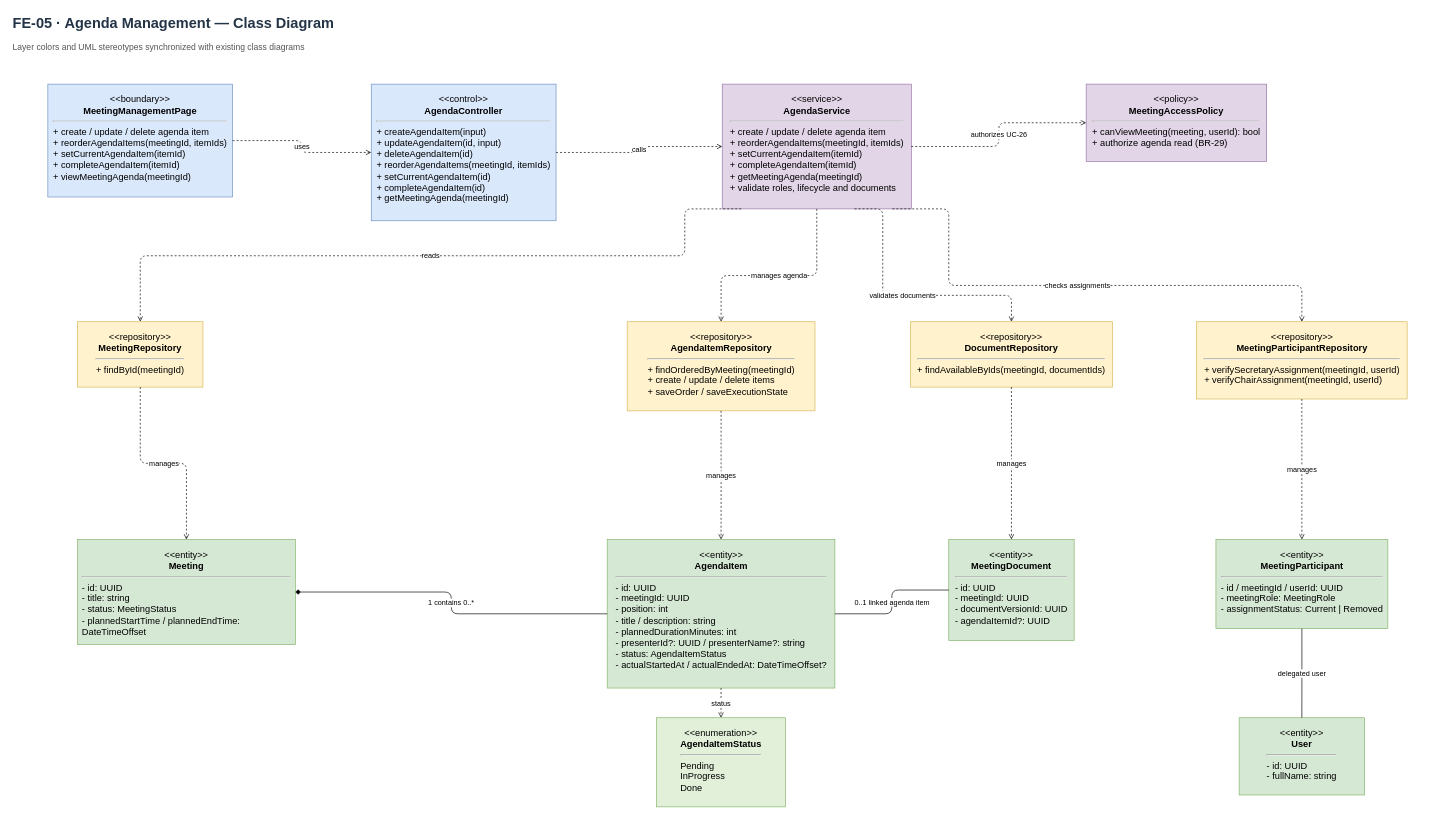
Before: docs/07-classdiagram/feature-05-agenda-management-class-diagram.drawio in callmehai/FU-FA26-G116, a draw.io diagram. Source tidied: cells renumbered, new cells numbered last; positions are measured from the earlier drawing's top-left corner, leaving out a move shared by most shapes. Both pictures are drawn from the tidied source at 66%, with x=0, y=0 at pixel (11, 11).
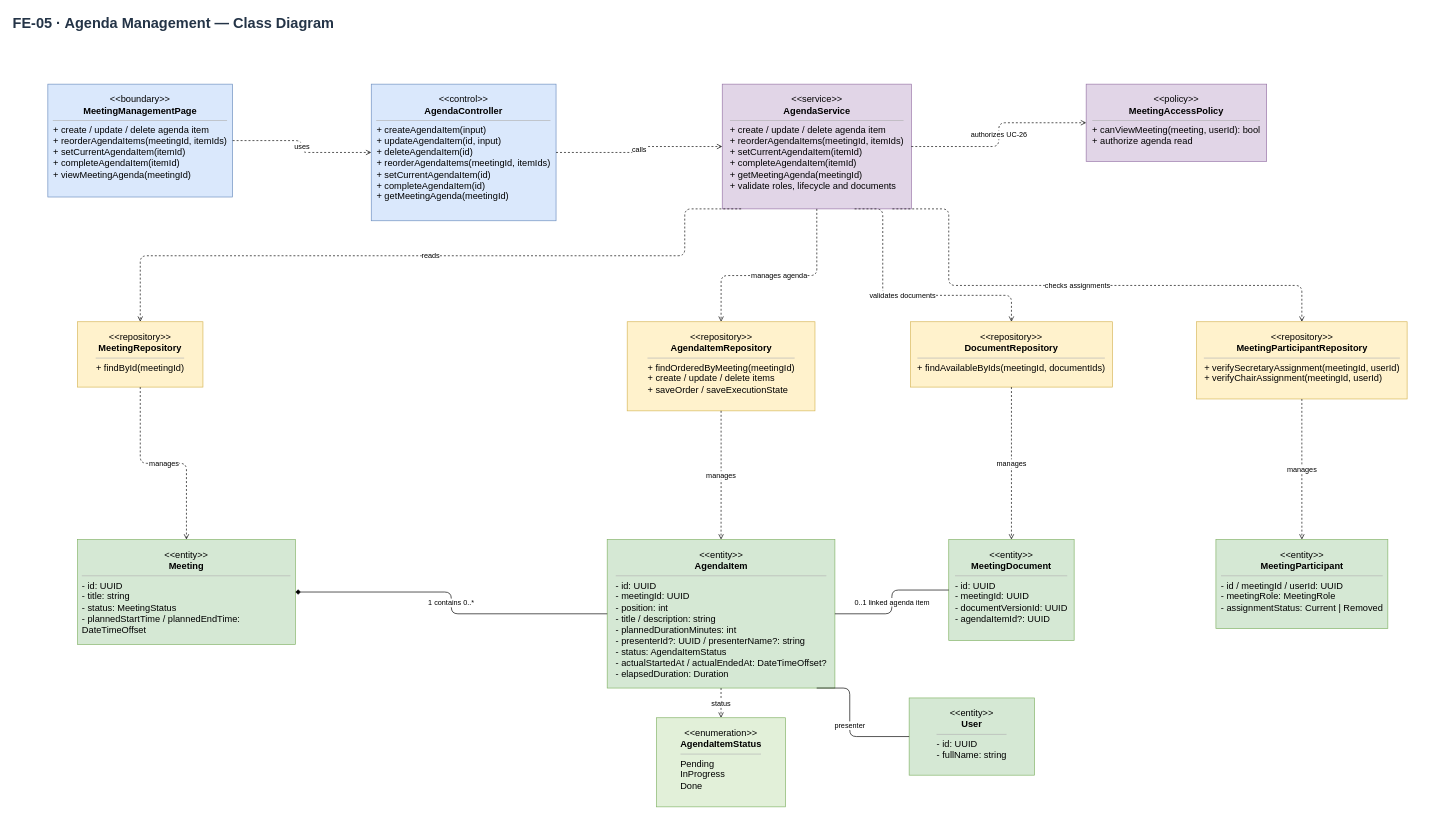
Above is the later version.

Commit message (it also covers changes not shown here):
[Doc]: Update class diagram for Feature 05-06

Change to the diagram source:
```diff
@@
-    <mxCell id="3" value="Layer colors and UML stereotypes synchronized with existing class diagrams" style="text;html=1;align=left;verticalAlign=middle;fontSize=13;fontColor=#555555;" parent="1" vertex="1">
-      <mxGeometry y="40" width="2150" height="28" as="geometry" />
-    </mxCell>
-    <mxCell id="4" value="&lt;div style=&quot;text-align:center&quot;&gt;&amp;lt;&amp;lt;boundary&amp;gt;&amp;gt;&lt;br&gt;&lt;b&gt;MeetingManagementPage&lt;/b&gt;&lt;/div&gt;&lt;hr&gt;&lt;div style=&quot;text-align:left&quot;&gt;+ create / update / delete agenda item&lt;br&gt;+ reorderAgendaItems(meetingId, itemIds)&lt;br&gt;+ setCurrentAgendaItem(itemId)&lt;br&gt;+ completeAgendaItem(itemId)&lt;br&gt;+ viewMeetingAgenda(meetingId)&lt;/div&gt;" style="rounded=0;whiteSpace=wrap;html=1;fillColor=#dae8fc;strokeColor=#6c8ebf;align=center;verticalAlign=top;spacingTop=8;spacingLeft=6;spacingRight=6;fontSize=14;" parent="1" vertex="1">
+    <mxCell id="4" value="&lt;div style=&quot;text-align:center&quot;&gt;&amp;lt;&amp;lt;boundary&amp;gt;&amp;gt;&lt;br&gt;&lt;b&gt;MeetingManagementPage&lt;/b&gt;&lt;/div&gt;&lt;hr style=&quot;width:100%;height:0;border:0;border-top:1px solid #b3b3b3;margin:6px 0;&quot;&gt;&lt;div style=&quot;text-align:left&quot;&gt;+ create / update / delete agenda item&lt;br&gt;+ reorderAgendaItems(meetingId, itemIds)&lt;br&gt;+ setCurrentAgendaItem(itemId)&lt;br&gt;+ completeAgendaItem(itemId)&lt;br&gt;+ viewMeetingAgenda(meetingId)&lt;/div&gt;" style="rounded=0;whiteSpace=wrap;html=1;fillColor=#dae8fc;strokeColor=#6c8ebf;align=center;verticalAlign=top;spacingTop=8;spacingLeft=6;spacingRight=6;fontSize=14;" parent="1" vertex="1">
       <mxGeometry x="55" y="110" width="280" height="171" as="geometry" />
     </mxCell>
-    <mxCell id="5" value="&lt;div style=&quot;text-align:center&quot;&gt;&amp;lt;&amp;lt;control&amp;gt;&amp;gt;&lt;br&gt;&lt;b&gt;AgendaController&lt;/b&gt;&lt;/div&gt;&lt;hr&gt;&lt;div style=&quot;text-align:left&quot;&gt;+ createAgendaItem(input)&lt;br&gt;+ updateAgendaItem(id, input)&lt;br&gt;+ deleteAgendaItem(id)&lt;br&gt;+ reorderAgendaItems(meetingId, itemIds)&lt;br&gt;+ setCurrentAgendaItem(id)&lt;br&gt;+ completeAgendaItem(id)&lt;br&gt;+ getMeetingAgenda(meetingId)&lt;/div&gt;" style="rounded=0;whiteSpace=wrap;html=1;fillColor=#dae8fc;strokeColor=#6c8ebf;align=center;verticalAlign=top;spacingTop=8;spacingLeft=6;spacingRight=6;fontSize=14;" parent="1" vertex="1">
+    <mxCell id="5" value="&lt;div style=&quot;text-align:center&quot;&gt;&amp;lt;&amp;lt;control&amp;gt;&amp;gt;&lt;br&gt;&lt;b&gt;AgendaController&lt;/b&gt;&lt;/div&gt;&lt;hr style=&quot;width:100%;height:0;border:0;border-top:1px solid #b3b3b3;margin:6px 0;&quot;&gt;&lt;div style=&quot;text-align:left&quot;&gt;+ createAgendaItem(input)&lt;br&gt;+ updateAgendaItem(id, input)&lt;br&gt;+ deleteAgendaItem(id)&lt;br&gt;+ reorderAgendaItems(meetingId, itemIds)&lt;br&gt;+ setCurrentAgendaItem(id)&lt;br&gt;+ completeAgendaItem(id)&lt;br&gt;+ getMeetingAgenda(meetingId)&lt;/div&gt;" style="rounded=0;whiteSpace=wrap;html=1;fillColor=#dae8fc;strokeColor=#6c8ebf;align=center;verticalAlign=top;spacingTop=8;spacingLeft=6;spacingRight=6;fontSize=14;" parent="1" vertex="1">
       <mxGeometry x="545" y="110" width="280" height="207" as="geometry" />
     </mxCell>
-    <mxCell id="6" value="&lt;div style=&quot;text-align:center&quot;&gt;&amp;lt;&amp;lt;service&amp;gt;&amp;gt;&lt;br&gt;&lt;b&gt;AgendaService&lt;/b&gt;&lt;/div&gt;&lt;hr&gt;&lt;div style=&quot;text-align:left&quot;&gt;+ create / update / delete agenda item&lt;br&gt;+ reorderAgendaItems(meetingId, itemIds)&lt;br&gt;+ setCurrentAgendaItem(itemId)&lt;br&gt;+ completeAgendaItem(itemId)&lt;br&gt;+ getMeetingAgenda(meetingId)&lt;br&gt;+ validate roles, lifecycle and documents&lt;/div&gt;" style="rounded=0;whiteSpace=wrap;html=1;fillColor=#e1d5e7;strokeColor=#9673a6;align=center;verticalAlign=top;spacingTop=8;spacingLeft=6;spacingRight=6;fontSize=14;" parent="1" vertex="1">
+    <mxCell id="6" value="&lt;div style=&quot;text-align:center&quot;&gt;&amp;lt;&amp;lt;service&amp;gt;&amp;gt;&lt;br&gt;&lt;b&gt;AgendaService&lt;/b&gt;&lt;/div&gt;&lt;hr style=&quot;width:100%;height:0;border:0;border-top:1px solid #b3b3b3;margin:6px 0;&quot;&gt;&lt;div style=&quot;text-align:left&quot;&gt;+ create / update / delete agenda item&lt;br&gt;+ reorderAgendaItems(meetingId, itemIds)&lt;br&gt;+ setCurrentAgendaItem(itemId)&lt;br&gt;+ completeAgendaItem(itemId)&lt;br&gt;+ getMeetingAgenda(meetingId)&lt;br&gt;+ validate roles, lifecycle and documents&lt;/div&gt;" style="rounded=0;whiteSpace=wrap;html=1;fillColor=#e1d5e7;strokeColor=#9673a6;align=center;verticalAlign=top;spacingTop=8;spacingLeft=6;spacingRight=6;fontSize=14;" parent="1" vertex="1">
       <mxGeometry x="1076.8" y="110" width="286.5" height="189" as="geometry" />
     </mxCell>
-    <mxCell id="7" value="&lt;div style=&quot;text-align:center&quot;&gt;&amp;lt;&amp;lt;policy&amp;gt;&amp;gt;&lt;br&gt;&lt;b&gt;MeetingAccessPolicy&lt;/b&gt;&lt;/div&gt;&lt;hr&gt;&lt;div style=&quot;text-align:left&quot;&gt;+ canViewMeeting(meeting, userId): bool&lt;br&gt;+ authorize agenda read (BR-29)&lt;/div&gt;" style="rounded=0;whiteSpace=wrap;html=1;fillColor=#e1d5e7;strokeColor=#9673a6;align=center;verticalAlign=top;spacingTop=8;spacingLeft=6;spacingRight=6;fontSize=14;" parent="1" vertex="1">
+    <mxCell id="7" value="&lt;div style=&quot;text-align:center&quot;&gt;&amp;lt;&amp;lt;policy&amp;gt;&amp;gt;&lt;br&gt;&lt;b&gt;MeetingAccessPolicy&lt;/b&gt;&lt;/div&gt;&lt;hr style=&quot;width:100%;height:0;border:0;border-top:1px solid #b3b3b3;margin:6px 0;&quot;&gt;&lt;div style=&quot;text-align:left&quot;&gt;+ canViewMeeting(meeting, userId): bool&lt;br&gt;+ authorize agenda read&lt;/div&gt;" style="rounded=0;whiteSpace=wrap;html=1;fillColor=#e1d5e7;strokeColor=#9673a6;align=center;verticalAlign=top;spacingTop=8;spacingLeft=6;spacingRight=6;fontSize=14;" parent="1" vertex="1">
       <mxGeometry x="1628.2" y="110" width="273.5" height="117" as="geometry" />
     </mxCell>
-    <mxCell id="8" value="&lt;div style=&quot;text-align:center&quot;&gt;&amp;lt;&amp;lt;repository&amp;gt;&amp;gt;&lt;br&gt;&lt;b&gt;MeetingRepository&lt;/b&gt;&lt;/div&gt;&lt;hr&gt;&lt;div style=&quot;text-align:left&quot;&gt;+ findById(meetingId)&lt;/div&gt;" style="rounded=0;whiteSpace=wrap;html=1;fillColor=#fff2cc;strokeColor=#d6b656;align=center;verticalAlign=top;spacingTop=8;spacingLeft=6;spacingRight=6;fontSize=14;" parent="1" vertex="1">
+    <mxCell id="8" value="&lt;div style=&quot;text-align:center&quot;&gt;&amp;lt;&amp;lt;repository&amp;gt;&amp;gt;&lt;br&gt;&lt;b&gt;MeetingRepository&lt;/b&gt;&lt;/div&gt;&lt;hr style=&quot;width:100%;height:0;border:0;border-top:1px solid #b3b3b3;margin:6px 0;&quot;&gt;&lt;div style=&quot;text-align:left&quot;&gt;+ findById(meetingId)&lt;/div&gt;" style="rounded=0;whiteSpace=wrap;html=1;fillColor=#fff2cc;strokeColor=#d6b656;align=center;verticalAlign=top;spacingTop=8;spacingLeft=6;spacingRight=6;fontSize=14;" parent="1" vertex="1">
       <mxGeometry x="100" y="470" width="190" height="99" as="geometry" />
     </mxCell>
-    <mxCell id="9" value="&lt;div style=&quot;text-align:center&quot;&gt;&amp;lt;&amp;lt;repository&amp;gt;&amp;gt;&lt;br&gt;&lt;b&gt;AgendaItemRepository&lt;/b&gt;&lt;/div&gt;&lt;hr&gt;&lt;div style=&quot;text-align:left&quot;&gt;+ findOrderedByMeeting(meetingId)&lt;br&gt;+ create / update / delete items&lt;br&gt;+ saveOrder / saveExecutionState&lt;/div&gt;" style="rounded=0;whiteSpace=wrap;html=1;fillColor=#fff2cc;strokeColor=#d6b656;align=center;verticalAlign=top;spacingTop=8;spacingLeft=6;spacingRight=6;fontSize=14;" parent="1" vertex="1">
+    <mxCell id="9" value="&lt;div style=&quot;text-align:center&quot;&gt;&amp;lt;&amp;lt;repository&amp;gt;&amp;gt;&lt;br&gt;&lt;b&gt;AgendaItemRepository&lt;/b&gt;&lt;/div&gt;&lt;hr style=&quot;width:100%;height:0;border:0;border-top:1px solid #b3b3b3;margin:6px 0;&quot;&gt;&lt;div style=&quot;text-align:left&quot;&gt;+ findOrderedByMeeting(meetingId)&lt;br&gt;+ create / update / delete items&lt;br&gt;+ saveOrder / saveExecutionState&lt;/div&gt;" style="rounded=0;whiteSpace=wrap;html=1;fillColor=#fff2cc;strokeColor=#d6b656;align=center;verticalAlign=top;spacingTop=8;spacingLeft=6;spacingRight=6;fontSize=14;" parent="1" vertex="1">
       <mxGeometry x="932.8" y="470" width="284.5" height="135" as="geometry" />
     </mxCell>
-    <mxCell id="10" value="&lt;div style=&quot;text-align:center&quot;&gt;&amp;lt;&amp;lt;repository&amp;gt;&amp;gt;&lt;br&gt;&lt;b&gt;DocumentRepository&lt;/b&gt;&lt;/div&gt;&lt;hr&gt;&lt;div style=&quot;text-align:left&quot;&gt;+ findAvailableByIds(meetingId, documentIds)&lt;/div&gt;" style="rounded=0;whiteSpace=wrap;html=1;fillColor=#fff2cc;strokeColor=#d6b656;align=center;verticalAlign=top;spacingTop=8;spacingLeft=6;spacingRight=6;fontSize=14;" parent="1" vertex="1">
+    <mxCell id="10" value="&lt;div style=&quot;text-align:center&quot;&gt;&amp;lt;&amp;lt;repository&amp;gt;&amp;gt;&lt;br&gt;&lt;b&gt;DocumentRepository&lt;/b&gt;&lt;/div&gt;&lt;hr style=&quot;width:100%;height:0;border:0;border-top:1px solid #b3b3b3;margin:6px 0;&quot;&gt;&lt;div style=&quot;text-align:left&quot;&gt;+ findAvailableByIds(meetingId, documentIds)&lt;/div&gt;" style="rounded=0;whiteSpace=wrap;html=1;fillColor=#fff2cc;strokeColor=#d6b656;align=center;verticalAlign=top;spacingTop=8;spacingLeft=6;spacingRight=6;fontSize=14;" parent="1" vertex="1">
       <mxGeometry x="1362" y="470" width="306" height="99" as="geometry" />
     </mxCell>
-    <mxCell id="11" value="&lt;div style=&quot;text-align:center&quot;&gt;&amp;lt;&amp;lt;repository&amp;gt;&amp;gt;&lt;br&gt;&lt;b&gt;MeetingParticipantRepository&lt;/b&gt;&lt;/div&gt;&lt;hr&gt;&lt;div style=&quot;text-align:left&quot;&gt;+ verifySecretaryAssignment(meetingId, userId)&lt;br&gt;+ verifyChairAssignment(meetingId, userId)&lt;/div&gt;" style="rounded=0;whiteSpace=wrap;html=1;fillColor=#fff2cc;strokeColor=#d6b656;align=center;verticalAlign=top;spacingTop=8;spacingLeft=6;spacingRight=6;fontSize=14;" parent="1" vertex="1">
+    <mxCell id="11" value="&lt;div style=&quot;text-align:center&quot;&gt;&amp;lt;&amp;lt;repository&amp;gt;&amp;gt;&lt;br&gt;&lt;b&gt;MeetingParticipantRepository&lt;/b&gt;&lt;/div&gt;&lt;hr style=&quot;width:100%;height:0;border:0;border-top:1px solid #b3b3b3;margin:6px 0;&quot;&gt;&lt;div style=&quot;text-align:left&quot;&gt;+ verifySecretaryAssignment(meetingId, userId)&lt;br&gt;+ verifyChairAssignment(meetingId, userId)&lt;/div&gt;" style="rounded=0;whiteSpace=wrap;html=1;fillColor=#fff2cc;strokeColor=#d6b656;align=center;verticalAlign=top;spacingTop=8;spacingLeft=6;spacingRight=6;fontSize=14;" parent="1" vertex="1">
       <mxGeometry x="1795.5" y="470" width="319" height="117" as="geometry" />
     </mxCell>
-    <mxCell id="12" value="&lt;div style=&quot;text-align:center&quot;&gt;&amp;lt;&amp;lt;entity&amp;gt;&amp;gt;&lt;br&gt;&lt;b&gt;Meeting&lt;/b&gt;&lt;/div&gt;&lt;hr&gt;&lt;div style=&quot;text-align:left&quot;&gt;- id: UUID&lt;br&gt;- title: string&lt;br&gt;- status: MeetingStatus&lt;br&gt;- plannedStartTime / plannedEndTime: DateTimeOffset&lt;/div&gt;" style="rounded=0;whiteSpace=wrap;html=1;fillColor=#d5e8d4;strokeColor=#82b366;align=center;verticalAlign=top;spacingTop=8;spacingLeft=6;spacingRight=6;fontSize=14;" parent="1" vertex="1">
+    <mxCell id="12" value="&lt;div style=&quot;text-align:center&quot;&gt;&amp;lt;&amp;lt;entity&amp;gt;&amp;gt;&lt;br&gt;&lt;b&gt;Meeting&lt;/b&gt;&lt;/div&gt;&lt;hr style=&quot;width:100%;height:0;border:0;border-top:1px solid #b3b3b3;margin:6px 0;&quot;&gt;&lt;div style=&quot;text-align:left&quot;&gt;- id: UUID&lt;br&gt;- title: string&lt;br&gt;- status: MeetingStatus&lt;br&gt;- plannedStartTime / plannedEndTime: DateTimeOffset&lt;/div&gt;" style="rounded=0;whiteSpace=wrap;html=1;fillColor=#d5e8d4;strokeColor=#82b366;align=center;verticalAlign=top;spacingTop=8;spacingLeft=6;spacingRight=6;fontSize=14;" parent="1" vertex="1">
       <mxGeometry x="100" y="800" width="330" height="159" as="geometry" />
     </mxCell>
-    <mxCell id="13" value="&lt;div style=&quot;text-align:center&quot;&gt;&amp;lt;&amp;lt;entity&amp;gt;&amp;gt;&lt;br&gt;&lt;b&gt;AgendaItem&lt;/b&gt;&lt;/div&gt;&lt;hr&gt;&lt;div style=&quot;text-align:left&quot;&gt;- id: UUID&lt;br&gt;- meetingId: UUID&lt;br&gt;- position: int&lt;br&gt;- title / description: string&lt;br&gt;- plannedDurationMinutes: int&lt;br&gt;- presenterId?: UUID / presenterName?: string&lt;br&gt;- status: AgendaItemStatus&lt;br&gt;- actualStartedAt / actualEndedAt: DateTimeOffset?&lt;/div&gt;" style="rounded=0;whiteSpace=wrap;html=1;fillColor=#d5e8d4;strokeColor=#82b366;align=center;verticalAlign=top;spacingTop=8;spacingLeft=6;spacingRight=6;fontSize=14;" parent="1" vertex="1">
+    <mxCell id="13" value="&lt;div style=&quot;text-align:center&quot;&gt;&amp;lt;&amp;lt;entity&amp;gt;&amp;gt;&lt;br&gt;&lt;b&gt;AgendaItem&lt;/b&gt;&lt;/div&gt;&lt;hr style=&quot;width:100%;height:0;border:0;border-top:1px solid #b3b3b3;margin:6px 0;&quot;&gt;&lt;div style=&quot;text-align:left&quot;&gt;- id: UUID&lt;br&gt;- meetingId: UUID&lt;br&gt;- position: int&lt;br&gt;- title / description: string&lt;br&gt;- plannedDurationMinutes: int&lt;br&gt;- presenterId?: UUID / presenterName?: string&lt;br&gt;- status: AgendaItemStatus&lt;br&gt;- actualStartedAt / actualEndedAt: DateTimeOffset?&lt;br&gt;- elapsedDuration: Duration&lt;/div&gt;" style="rounded=0;whiteSpace=wrap;html=1;fillColor=#d5e8d4;strokeColor=#82b366;align=center;verticalAlign=top;spacingTop=8;spacingLeft=6;spacingRight=6;fontSize=14;" parent="1" vertex="1">
       <mxGeometry x="902.5" y="800" width="345" height="225" as="geometry" />
     </mxCell>
-    <mxCell id="14" value="&lt;div style=&quot;text-align:center&quot;&gt;&amp;lt;&amp;lt;entity&amp;gt;&amp;gt;&lt;br&gt;&lt;b&gt;MeetingDocument&lt;/b&gt;&lt;/div&gt;&lt;hr&gt;&lt;div style=&quot;text-align:left&quot;&gt;- id: UUID&lt;br&gt;- meetingId: UUID&lt;br&gt;- documentVersionId: UUID&lt;br&gt;- agendaItemId?: UUID&lt;/div&gt;" style="rounded=0;whiteSpace=wrap;html=1;fillColor=#d5e8d4;strokeColor=#82b366;align=center;verticalAlign=top;spacingTop=8;spacingLeft=6;spacingRight=6;fontSize=14;" parent="1" vertex="1">
+    <mxCell id="14" value="&lt;div style=&quot;text-align:center&quot;&gt;&amp;lt;&amp;lt;entity&amp;gt;&amp;gt;&lt;br&gt;&lt;b&gt;MeetingDocument&lt;/b&gt;&lt;/div&gt;&lt;hr style=&quot;width:100%;height:0;border:0;border-top:1px solid #b3b3b3;margin:6px 0;&quot;&gt;&lt;div style=&quot;text-align:left&quot;&gt;- id: UUID&lt;br&gt;- meetingId: UUID&lt;br&gt;- documentVersionId: UUID&lt;br&gt;- agendaItemId?: UUID&lt;/div&gt;" style="rounded=0;whiteSpace=wrap;html=1;fillColor=#d5e8d4;strokeColor=#82b366;align=center;verticalAlign=top;spacingTop=8;spacingLeft=6;spacingRight=6;fontSize=14;" parent="1" vertex="1">
       <mxGeometry x="1420" y="800" width="190" height="153" as="geometry" />
     </mxCell>
-    <mxCell id="15" value="&lt;div style=&quot;text-align:center&quot;&gt;&amp;lt;&amp;lt;entity&amp;gt;&amp;gt;&lt;br&gt;&lt;b&gt;MeetingParticipant&lt;/b&gt;&lt;/div&gt;&lt;hr&gt;&lt;div style=&quot;text-align:left&quot;&gt;- id / meetingId / userId: UUID&lt;br&gt;- meetingRole: MeetingRole&lt;br&gt;- assignmentStatus: Current | Removed&lt;/div&gt;" style="rounded=0;whiteSpace=wrap;html=1;fillColor=#d5e8d4;strokeColor=#82b366;align=center;verticalAlign=top;spacingTop=8;spacingLeft=6;spacingRight=6;fontSize=14;" parent="1" vertex="1">
+    <mxCell id="15" value="&lt;div style=&quot;text-align:center&quot;&gt;&amp;lt;&amp;lt;entity&amp;gt;&amp;gt;&lt;br&gt;&lt;b&gt;MeetingParticipant&lt;/b&gt;&lt;/div&gt;&lt;hr style=&quot;width:100%;height:0;border:0;border-top:1px solid #b3b3b3;margin:6px 0;&quot;&gt;&lt;div style=&quot;text-align:left&quot;&gt;- id / meetingId / userId: UUID&lt;br&gt;- meetingRole: MeetingRole&lt;br&gt;- assignmentStatus: Current | Removed&lt;/div&gt;" style="rounded=0;whiteSpace=wrap;html=1;fillColor=#d5e8d4;strokeColor=#82b366;align=center;verticalAlign=top;spacingTop=8;spacingLeft=6;spacingRight=6;fontSize=14;" parent="1" vertex="1">
       <mxGeometry x="1824.8" y="800" width="260.5" height="135" as="geometry" />
     </mxCell>
-    <mxCell id="16" value="&lt;div style=&quot;text-align:center&quot;&gt;&amp;lt;&amp;lt;entity&amp;gt;&amp;gt;&lt;br&gt;&lt;b&gt;User&lt;/b&gt;&lt;/div&gt;&lt;hr&gt;&lt;div style=&quot;text-align:left&quot;&gt;- id: UUID&lt;br&gt;- fullName: string&lt;/div&gt;" style="rounded=0;whiteSpace=wrap;html=1;fillColor=#d5e8d4;strokeColor=#82b366;align=center;verticalAlign=top;spacingTop=8;spacingLeft=6;spacingRight=6;fontSize=14;" parent="1" vertex="1">
-      <mxGeometry x="1860" y="1070" width="190" height="117" as="geometry" />
+    <mxCell id="16" value="&lt;div style=&quot;text-align:center&quot;&gt;&amp;lt;&amp;lt;entity&amp;gt;&amp;gt;&lt;br&gt;&lt;b&gt;User&lt;/b&gt;&lt;/div&gt;&lt;hr style=&quot;width:100%;height:0;border:0;border-top:1px solid #b3b3b3;margin:6px 0;&quot;&gt;&lt;div style=&quot;text-align:left&quot;&gt;- id: UUID&lt;br&gt;- fullName: string&lt;/div&gt;" style="rounded=0;whiteSpace=wrap;html=1;fillColor=#d5e8d4;strokeColor=#82b366;align=center;verticalAlign=top;spacingTop=8;spacingLeft=6;spacingRight=6;fontSize=14;" parent="1" vertex="1">
+      <mxGeometry x="1360" y="1040" width="190" height="117" as="geometry" />
     </mxCell>
-    <mxCell id="17" value="&lt;div style=&quot;text-align:center&quot;&gt;&amp;lt;&amp;lt;enumeration&amp;gt;&amp;gt;&lt;br&gt;&lt;b&gt;AgendaItemStatus&lt;/b&gt;&lt;/div&gt;&lt;hr&gt;&lt;div style=&quot;text-align:left&quot;&gt;Pending&lt;br&gt;InProgress&lt;br&gt;Done&lt;/div&gt;" style="rounded=0;whiteSpace=wrap;html=1;fillColor=#e2f0d9;strokeColor=#82b366;align=center;verticalAlign=top;spacingTop=8;spacingLeft=6;spacingRight=6;fontSize=14;" parent="1" vertex="1">
+    <mxCell id="17" value="&lt;div style=&quot;text-align:center&quot;&gt;&amp;lt;&amp;lt;enumeration&amp;gt;&amp;gt;&lt;br&gt;&lt;b&gt;AgendaItemStatus&lt;/b&gt;&lt;/div&gt;&lt;hr style=&quot;width:100%;height:0;border:0;border-top:1px solid #b3b3b3;margin:6px 0;&quot;&gt;&lt;div style=&quot;text-align:left&quot;&gt;Pending&lt;br&gt;InProgress&lt;br&gt;Done&lt;/div&gt;" style="rounded=0;whiteSpace=wrap;html=1;fillColor=#e2f0d9;strokeColor=#82b366;align=center;verticalAlign=top;spacingTop=8;spacingLeft=6;spacingRight=6;fontSize=14;" parent="1" vertex="1">
       <mxGeometry x="977.2" y="1070" width="195.5" height="135" as="geometry" />
     </mxCell>
@@
-    <mxCell id="31" value="delegated user" style="edgeStyle=orthogonalEdgeStyle;rounded=1;jettySize=auto;html=1;endArrow=none;exitX=0.5;exitY=1;entryX=0.5;entryY=0;" parent="1" edge="1" source="15" target="16">
-      <mxGeometry relative="1" as="geometry" />
-    </mxCell>
@@
+    <mxCell id="33" value="presenter" style="edgeStyle=orthogonalEdgeStyle;rounded=1;jettySize=auto;html=1;endArrow=none;exitX=0.92;exitY=1;entryX=0;entryY=0.5;" parent="1" edge="1" source="13" target="16">
+      <mxGeometry relative="1" as="geometry">
+        <Array as="points">
+          <mxPoint x="1270" y="1025" />
+          <mxPoint x="1270" y="1098" />
+        </Array>
+      </mxGeometry>
+    </mxCell>
```
